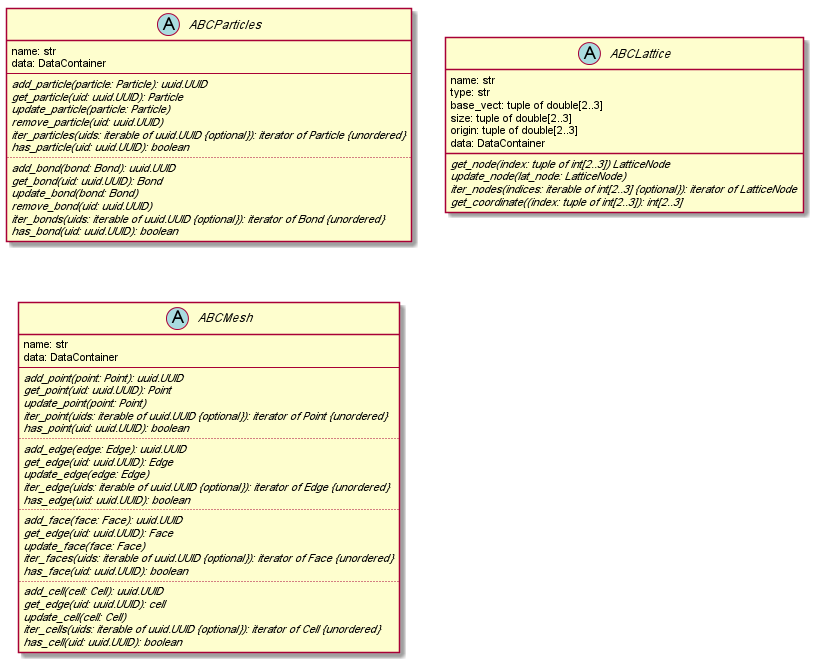
Earlier version of the PlantUML export doc/source/images/containers.png (simphony/simphony-common).
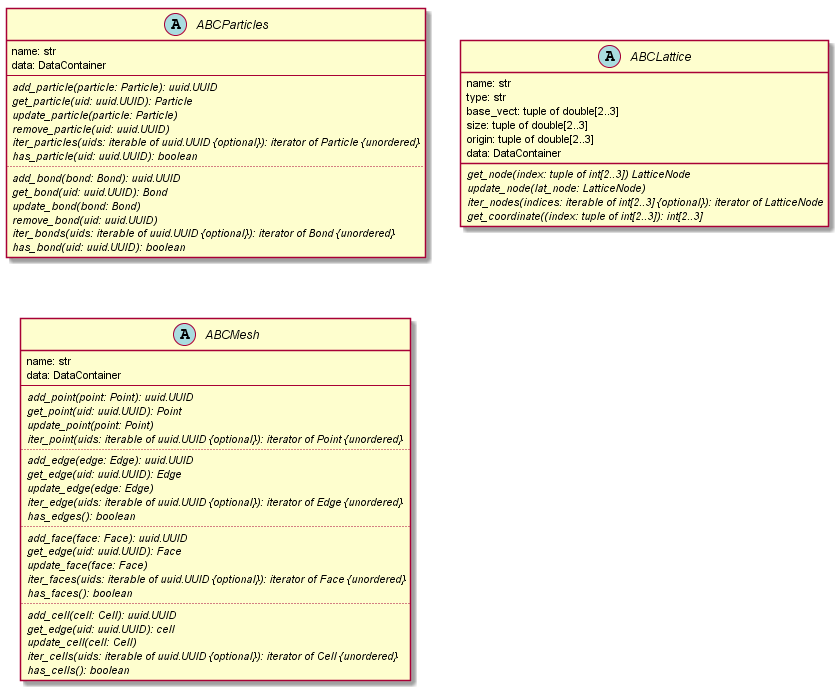
The same diagram one commit later.

Commit message:
update mesh api

The edit, as a diff of the source:
```diff
@@ -37,24 +37,23 @@
   {abstract} get_point(uid: uuid.UUID): Point
   {abstract} update_point(point: Point)
   {abstract} iter_point(uids: iterable of uuid.UUID {optional}): iterator of Point {unordered}
-  {abstract} has_point(uid: uuid.UUID): boolean
   ..
   {abstract} add_edge(edge: Edge): uuid.UUID
   {abstract} get_edge(uid: uuid.UUID): Edge
   {abstract} update_edge(edge: Edge)
   {abstract} iter_edge(uids: iterable of uuid.UUID {optional}): iterator of Edge {unordered}
-  {abstract} has_edge(uid: uuid.UUID): boolean
+  {abstract} has_edges(): boolean
   ..
   {abstract} add_face(face: Face): uuid.UUID
   {abstract} get_edge(uid: uuid.UUID): Face
   {abstract} update_face(face: Face)
   {abstract} iter_faces(uids: iterable of uuid.UUID {optional}): iterator of Face {unordered}
-  {abstract} has_face(uid: uuid.UUID): boolean
+  {abstract} has_faces(): boolean
   ..
   {abstract} add_cell(cell: Cell): uuid.UUID
   {abstract} get_edge(uid: uuid.UUID): cell
   {abstract} update_cell(cell: Cell)
   {abstract} iter_cells(uids: iterable of uuid.UUID {optional}): iterator of Cell {unordered}
-  {abstract} has_cell(uid: uuid.UUID): boolean
+  {abstract} has_cells(): boolean
 }
 @enduml
```
